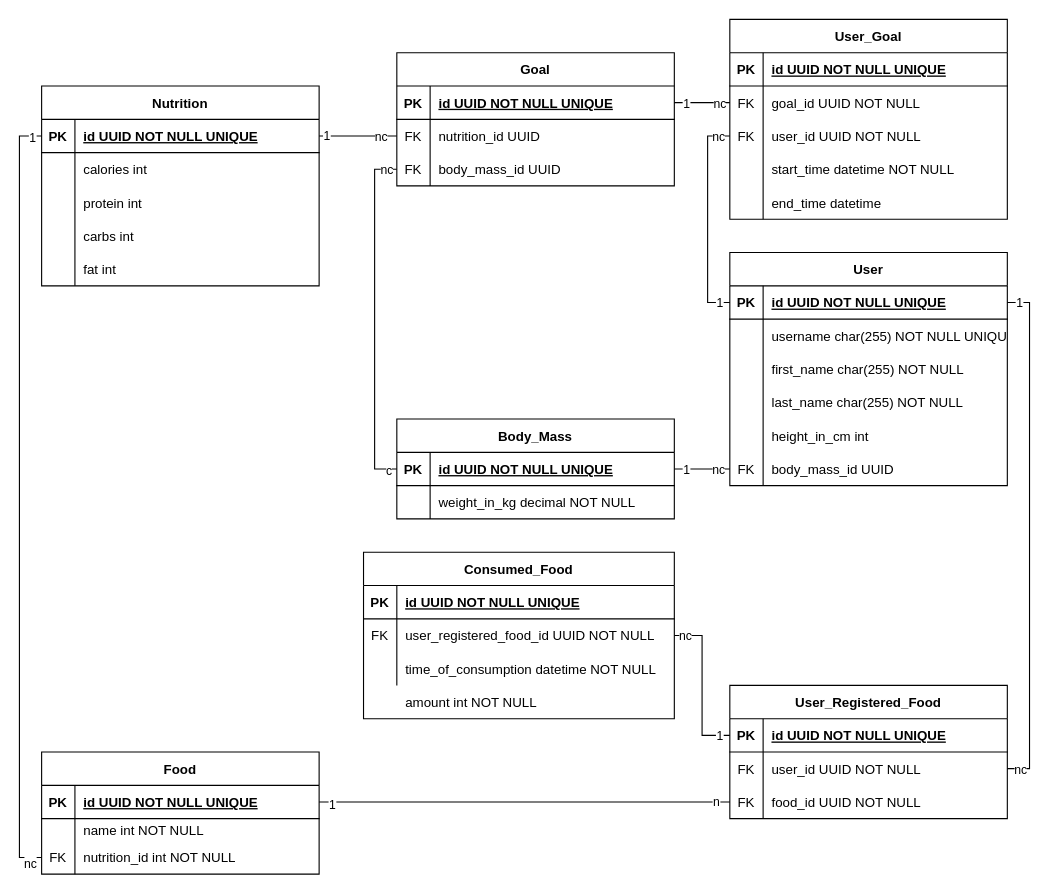
Before: ERD_tracker.drawio in jannik-boeppli/Calorie_Tracker, a draw.io diagram. Source tidied: cells renumbered, new cells numbered last; positions are measured from the earlier drawing's top-left corner, leaving out a move shared by most shapes. Both pictures are drawn from the tidied source at 111%, with x=0, y=0 at pixel (19, 19).
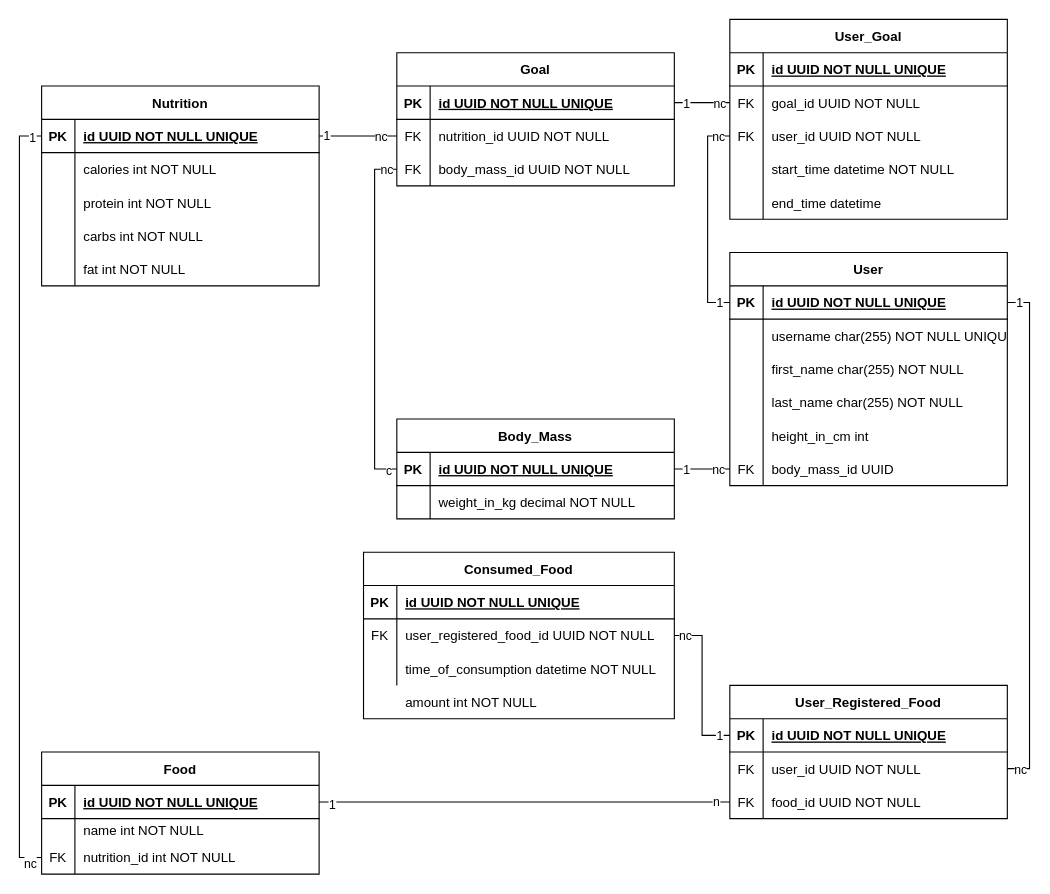
After the change.

Commit message (it also covers changes not shown here):
added activity diagram and made columns not null

Unchanged cells that the change refers to:
```xml
<mxCell id="32" style="shape=partialRectangle;fillColor=none;points=[[0,0.5],[1,0.5]];portConstraint=eastwest;top=0;left=0;right=0;bottom=0;" parent="28" vertex="1">
  <mxGeometry y="60" width="250" height="30" as="geometry" />
</mxCell>
<mxCell id="35" style="shape=partialRectangle;fillColor=none;points=[[0,0.5],[1,0.5]];portConstraint=eastwest;top=0;left=0;right=0;bottom=0;" parent="28" vertex="1">
  <mxGeometry y="90" width="250" height="30" as="geometry" />
</mxCell>
<mxCell id="70" style="shape=partialRectangle;fillColor=none;top=0;left=0;right=0;bottom=0;" parent="66" vertex="1">
  <mxGeometry y="60" width="250" height="30" as="geometry" />
</mxCell>
<mxCell id="73" style="shape=partialRectangle;fillColor=none;top=0;left=0;right=0;bottom=0;" parent="66" vertex="1">
  <mxGeometry y="90" width="250" height="30" as="geometry" />
</mxCell>
<mxCell id="76" style="shape=partialRectangle;fillColor=none;top=0;left=0;right=0;bottom=0;" parent="66" vertex="1">
  <mxGeometry y="120" width="250" height="30" as="geometry" />
</mxCell>
<mxCell id="79" style="shape=partialRectangle;fillColor=none;top=0;left=0;right=0;bottom=0;" parent="66" vertex="1">
  <mxGeometry y="150" width="250" height="30" as="geometry" />
</mxCell>
```

Diff of the diagram source:
```diff
@@
-    <mxCell id="34" value="nutrition_id UUID " style="shape=partialRectangle;overflow=hidden;fillColor=none;top=0;left=0;bottom=0;right=0;align=left;spacingLeft=6;" parent="32" vertex="1">
+    <mxCell id="34" value="nutrition_id UUID NOT NULL" style="shape=partialRectangle;overflow=hidden;fillColor=none;top=0;left=0;bottom=0;right=0;align=left;spacingLeft=6;" parent="32" vertex="1">
       <mxGeometry x="30" width="220" height="30" as="geometry" />
     </mxCell>
@@
-    <mxCell id="37" value="body_mass_id UUID " style="shape=partialRectangle;overflow=hidden;fillColor=none;top=0;left=0;bottom=0;right=0;align=left;spacingLeft=6;" parent="35" vertex="1">
+    <mxCell id="37" value="body_mass_id UUID NOT NULL" style="shape=partialRectangle;overflow=hidden;fillColor=none;top=0;left=0;bottom=0;right=0;align=left;spacingLeft=6;" parent="35" vertex="1">
       <mxGeometry x="30" width="220" height="30" as="geometry" />
     </mxCell>
@@
-    <mxCell id="72" value="calories int " style="shape=partialRectangle;overflow=hidden;fillColor=none;top=0;left=0;bottom=0;right=0;align=left;spacingLeft=6;" parent="70" vertex="1">
+    <mxCell id="72" value="calories int NOT NULL" style="shape=partialRectangle;overflow=hidden;fillColor=none;top=0;left=0;bottom=0;right=0;align=left;spacingLeft=6;" parent="70" vertex="1">
       <mxGeometry x="30" width="220" height="30" as="geometry" />
     </mxCell>
@@
-    <mxCell id="75" value="protein int" style="shape=partialRectangle;overflow=hidden;fillColor=none;top=0;left=0;bottom=0;right=0;align=left;spacingLeft=6;" parent="73" vertex="1">
+    <mxCell id="75" value="protein int NOT NULL" style="shape=partialRectangle;overflow=hidden;fillColor=none;top=0;left=0;bottom=0;right=0;align=left;spacingLeft=6;" parent="73" vertex="1">
       <mxGeometry x="30" width="220" height="30" as="geometry" />
     </mxCell>
@@
-    <mxCell id="78" value="carbs int" style="shape=partialRectangle;overflow=hidden;fillColor=none;top=0;left=0;bottom=0;right=0;align=left;spacingLeft=6;" parent="76" vertex="1">
+    <mxCell id="78" value="carbs int NOT NULL" style="shape=partialRectangle;overflow=hidden;fillColor=none;top=0;left=0;bottom=0;right=0;align=left;spacingLeft=6;" parent="76" vertex="1">
       <mxGeometry x="30" width="220" height="30" as="geometry" />
     </mxCell>
@@
-    <mxCell id="81" value="fat int" style="shape=partialRectangle;overflow=hidden;fillColor=none;top=0;left=0;bottom=0;right=0;align=left;spacingLeft=6;" parent="79" vertex="1">
+    <mxCell id="81" value="fat int NOT NULL" style="shape=partialRectangle;overflow=hidden;fillColor=none;top=0;left=0;bottom=0;right=0;align=left;spacingLeft=6;" parent="79" vertex="1">
       <mxGeometry x="30" width="220" height="30" as="geometry" />
     </mxCell>
```
